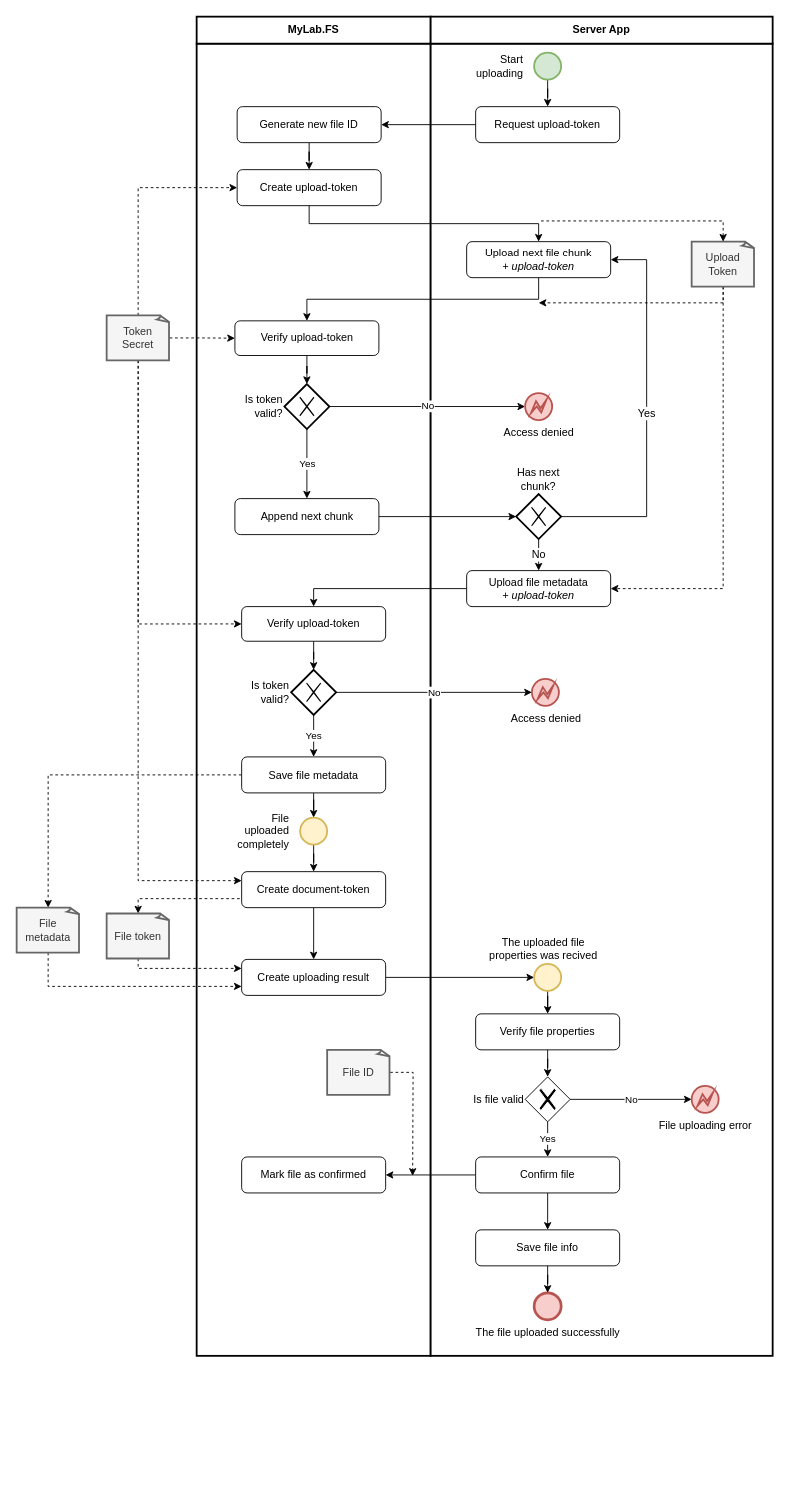
Earlier version of the draw.io diagram page "trusted-uploading" (2 of 5) of doc/diagramms/mylab-fs.drawio (mylab-tools/file-storage). Source tidied: cells renumbered, new cells numbered last; positions are measured from the earlier drawing's top-left corner, leaving out a move shared by most shapes. Both pictures are drawn from the tidied source at 90%, with x=0, y=0 at pixel (16, 16).
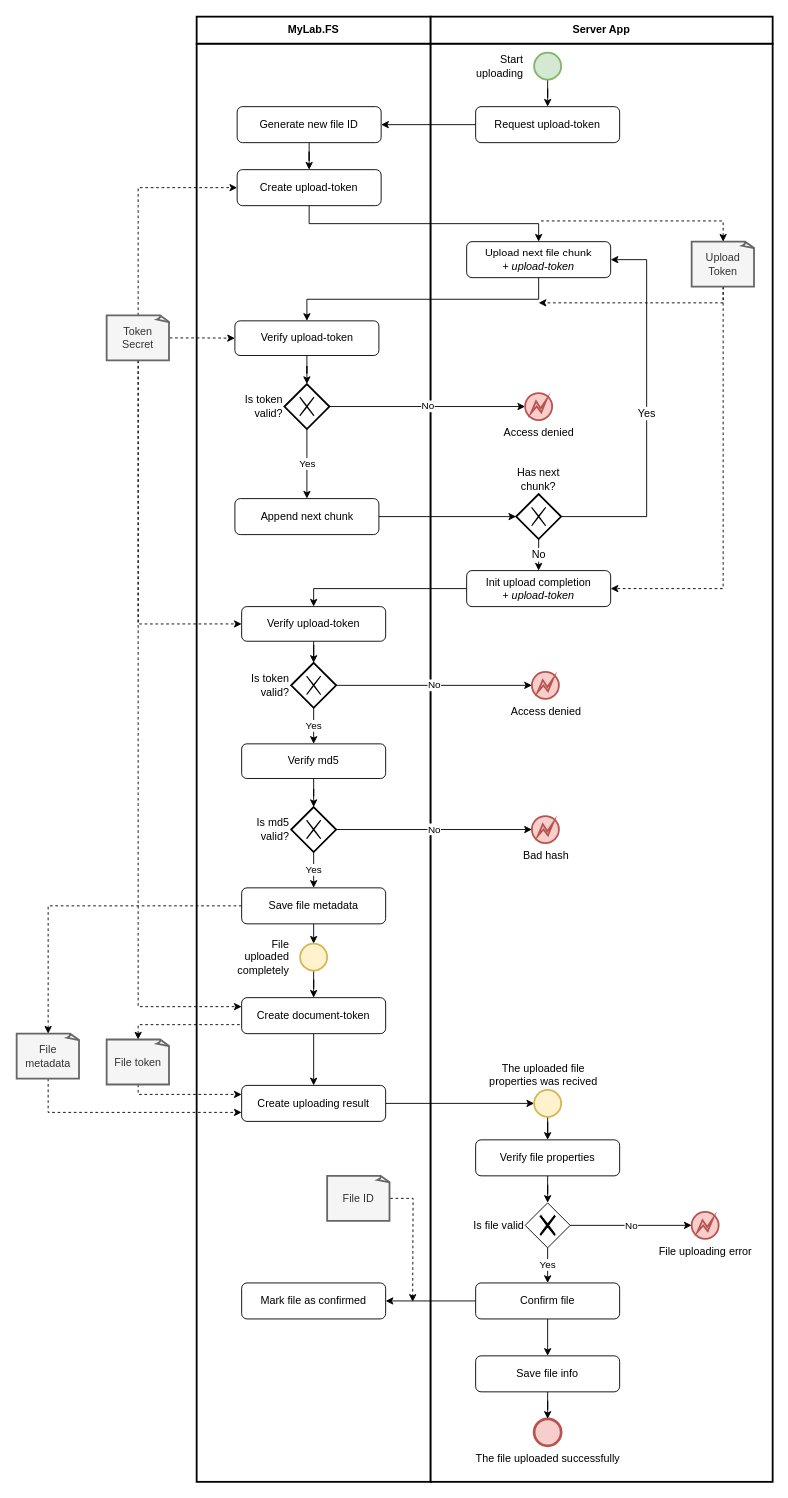
The same diagram, later.

The change refers to these unchanged cells:
```xml
<mxCell id="47" value="Token &lt;br&gt;Secret" style="whiteSpace=wrap;html=1;shape=mxgraph.basic.document;strokeWidth=2;fontSize=12;align=center;fillColor=#f5f5f5;strokeColor=#666666;fontColor=#333333;" parent="1" vertex="1">
  <mxGeometry x="100" y="332" width="70" height="50" as="geometry" />
</mxCell>
```

Change to the diagram source:
```diff
@@
     <mxCell id="2" style="rounded=0;whiteSpace=wrap;html=1;strokeWidth=2;fontSize=12;align=center;" parent="1" vertex="1">
-      <mxGeometry x="200" y="30" width="260" height="1458" as="geometry" />
+      <mxGeometry x="200" y="30" width="260" height="1598" as="geometry" />
     </mxCell>
@@
     <mxCell id="4" style="rounded=0;whiteSpace=wrap;html=1;strokeWidth=2;fontSize=12;align=center;" parent="1" vertex="1">
-      <mxGeometry x="460" y="30" width="380" height="1458" as="geometry" />
+      <mxGeometry x="460" y="30" width="380" height="1598" as="geometry" />
     </mxCell>
@@
-    <mxCell id="23" value="Upload file metadata&lt;br&gt;&lt;i&gt;+ upload-token&lt;/i&gt;" style="rounded=1;whiteSpace=wrap;html=1;strokeWidth=1;fontSize=12;align=center;" parent="1" vertex="1">
+    <mxCell id="23" value="Init upload completion&lt;br&gt;&lt;i&gt;+ upload-token&lt;/i&gt;" style="rounded=1;whiteSpace=wrap;html=1;strokeWidth=1;fontSize=12;align=center;" parent="1" vertex="1">
       <mxGeometry x="500" y="615.5" width="160" height="40" as="geometry" />
     </mxCell>
-    <mxCell id="24" style="edgeStyle=orthogonalEdgeStyle;rounded=0;jettySize=auto;html=1;startArrow=none;startFill=0;endArrow=classic;endFill=1;strokeWidth=1;fontSize=12;entryX=0.5;entryY=0;entryDx=0;entryDy=0;" parent="1" edge="1" source="26" target="41">
+    <mxCell id="24" style="edgeStyle=orthogonalEdgeStyle;rounded=0;jettySize=auto;html=1;startArrow=none;startFill=0;endArrow=classic;endFill=1;strokeWidth=1;fontSize=12;entryX=0.5;entryY=0;entryDx=0;entryDy=0;exitX=0.5;exitY=1;exitDx=0;exitDy=0;" parent="1" edge="1" source="26" target="41">
       <mxGeometry relative="1" as="geometry" />
     </mxCell>
-    <mxCell id="25" style="edgeStyle=orthogonalEdgeStyle;rounded=0;jettySize=auto;html=1;entryX=0.5;entryY=0;entryDx=0;entryDy=0;entryPerimeter=0;startArrow=none;startFill=0;endArrow=classic;endFill=1;strokeWidth=1;fontSize=12;dashed=1;" parent="1" edge="1" source="26" target="38">
+    <mxCell id="25" style="edgeStyle=orthogonalEdgeStyle;rounded=0;jettySize=auto;html=1;entryX=0.5;entryY=0;entryDx=0;entryDy=0;entryPerimeter=0;startArrow=none;startFill=0;endArrow=classic;endFill=1;strokeWidth=1;fontSize=12;dashed=1;exitX=0;exitY=0.5;exitDx=0;exitDy=0;" parent="1" edge="1" source="26" target="38">
       <mxGeometry relative="1" as="geometry" />
     </mxCell>
     <mxCell id="26" value="Save file metadata" style="rounded=1;whiteSpace=wrap;html=1;strokeWidth=1;fontSize=12;align=center;" parent="1" vertex="1">
-      <mxGeometry x="250" y="822.5" width="160" height="40" as="geometry" />
+      <mxGeometry x="250" y="968" width="160" height="40" as="geometry" />
     </mxCell>
@@
     <mxCell id="28" value="Create document-token" style="rounded=1;whiteSpace=wrap;html=1;strokeWidth=1;fontSize=12;align=center;" parent="1" vertex="1">
-      <mxGeometry x="250" y="950" width="160" height="40" as="geometry" />
+      <mxGeometry x="250" y="1090" width="160" height="40" as="geometry" />
     </mxCell>
@@
     <mxCell id="30" value="Create uploading result" style="rounded=1;whiteSpace=wrap;html=1;strokeWidth=1;fontSize=12;align=center;" parent="1" vertex="1">
-      <mxGeometry x="250" y="1047.5" width="160" height="40" as="geometry" />
+      <mxGeometry x="250" y="1187.5" width="160" height="40" as="geometry" />
     </mxCell>
@@
     <mxCell id="34" style="edgeStyle=orthogonalEdgeStyle;rounded=0;jettySize=auto;html=1;entryX=0;entryY=0.25;entryDx=0;entryDy=0;startArrow=none;startFill=0;endArrow=classic;endFill=1;strokeWidth=1;fontSize=12;dashed=1;exitX=0.5;exitY=1;exitDx=0;exitDy=0;exitPerimeter=0;" parent="1" edge="1" source="36" target="30">
       <mxGeometry relative="1" as="geometry">
         <Array as="points">
-          <mxPoint x="135" y="1058" />
+          <mxPoint x="135" y="1198" />
         </Array>
       </mxGeometry>
     </mxCell>
     <mxCell id="35" style="edgeStyle=orthogonalEdgeStyle;rounded=0;jettySize=auto;html=1;entryX=0;entryY=0.75;entryDx=0;entryDy=0;dashed=1;startArrow=classic;startFill=1;endArrow=none;endFill=0;strokeWidth=1;fontSize=12;exitX=0.5;exitY=0;exitDx=0;exitDy=0;exitPerimeter=0;" parent="1" edge="1" source="36" target="28">
       <mxGeometry relative="1" as="geometry">
         <Array as="points">
-          <mxPoint x="135" y="980" />
+          <mxPoint x="135" y="1120" />
         </Array>
       </mxGeometry>
     </mxCell>
     <mxCell id="36" value="File token" style="whiteSpace=wrap;html=1;shape=mxgraph.basic.document;strokeWidth=2;fontSize=12;align=center;fillColor=#f5f5f5;strokeColor=#666666;fontColor=#333333;" parent="1" vertex="1">
-      <mxGeometry x="100" y="996.5" width="70" height="50" as="geometry" />
+      <mxGeometry x="100" y="1136.5" width="70" height="50" as="geometry" />
     </mxCell>
@@
     <mxCell id="38" value="File metadata" style="whiteSpace=wrap;html=1;shape=mxgraph.basic.document;strokeWidth=2;fontSize=12;align=center;fillColor=#f5f5f5;strokeColor=#666666;fontColor=#333333;" parent="1" vertex="1">
-      <mxGeometry y="990" width="70" height="50" as="geometry" />
+      <mxGeometry y="1130" width="70" height="50" as="geometry" />
     </mxCell>
@@
     <mxCell id="41" value="File uploaded completely" style="ellipse;html=1;strokeColor=#d6b656;strokeWidth=2;fillColor=#fff2cc;fontSize=12;align=right;labelPosition=left;verticalLabelPosition=middle;verticalAlign=middle;whiteSpace=wrap;spacingRight=10;" parent="1" vertex="1">
-      <mxGeometry x="315" y="890" width="30" height="30" as="geometry" />
+      <mxGeometry x="315" y="1030" width="30" height="30" as="geometry" />
     </mxCell>
@@
     <mxCell id="43" value="The uploaded file &lt;br&gt;properties was recived" style="ellipse;html=1;strokeColor=#d6b656;strokeWidth=2;fillColor=#fff2cc;fontSize=12;align=center;labelPosition=center;verticalLabelPosition=top;verticalAlign=bottom;spacingRight=10;" parent="1" vertex="1">
-      <mxGeometry x="575" y="1052.5" width="30" height="30" as="geometry" />
+      <mxGeometry x="575" y="1192.5" width="30" height="30" as="geometry" />
     </mxCell>
     <mxCell id="44" style="edgeStyle=orthogonalEdgeStyle;rounded=0;jettySize=auto;html=1;entryX=0;entryY=0.25;entryDx=0;entryDy=0;startArrow=none;startFill=0;endArrow=classic;endFill=1;strokeWidth=1;fontSize=12;dashed=1;" parent="1" edge="1" source="47" target="28">
       <mxGeometry relative="1" as="geometry">
         <Array as="points">
-          <mxPoint x="135" y="960" />
+          <mxPoint x="135" y="1100" />
         </Array>
       </mxGeometry>
     </mxCell>
@@
     <mxCell id="48" value="&lt;span style=&quot;&quot;&gt;The file uploaded successfully&lt;/span&gt;" style="shape=mxgraph.bpmn.shape;html=1;verticalLabelPosition=bottom;labelBackgroundColor=none;verticalAlign=top;align=center;perimeter=ellipsePerimeter;outlineConnect=0;outline=end;symbol=general;strokeColor=#b85450;strokeWidth=1;fillColor=#f8cecc;fontSize=12;" parent="1" vertex="1">
-      <mxGeometry x="575" y="1418" width="30" height="30" as="geometry" />
+      <mxGeometry x="575" y="1558" width="30" height="30" as="geometry" />
     </mxCell>
@@
-    <mxCell id="55" value="Yes" style="edgeStyle=orthogonalEdgeStyle;rounded=0;jettySize=auto;html=1;entryX=0.5;entryY=0;entryDx=0;entryDy=0;" parent="1" edge="1" source="56" target="26">
-      <mxGeometry relative="1" as="geometry" />
-    </mxCell>
+    <mxCell id="75" value="Yes" style="edgeStyle=orthogonalEdgeStyle;rounded=0;jettySize=auto;html=1;" parent="1" edge="1" source="56" target="79">
+      <mxGeometry relative="1" as="geometry" />
+    </mxCell>
     <mxCell id="56" value="&lt;span style=&quot;white-space: normal ; background-color: rgb(255 , 255 , 255)&quot;&gt;Is token valid?&lt;/span&gt;" style="shape=mxgraph.bpmn.shape;html=1;verticalLabelPosition=middle;labelBackgroundColor=#ffffff;verticalAlign=middle;align=right;perimeter=rhombusPerimeter;background=gateway;outlineConnect=0;outline=none;symbol=exclusiveGw;strokeWidth=2;fontSize=12;labelPosition=left;whiteSpace=wrap;" parent="1" vertex="1">
-      <mxGeometry x="305" y="725.8" width="50" height="50" as="geometry" />
+      <mxGeometry x="305" y="718" width="50" height="50" as="geometry" />
     </mxCell>
@@
     <mxCell id="60" value="Access denied" style="shape=mxgraph.bpmn.shape;html=1;verticalLabelPosition=bottom;labelBackgroundColor=#ffffff;verticalAlign=top;align=center;perimeter=ellipsePerimeter;outlineConnect=0;outline=eventInt;symbol=error;strokeColor=#b85450;strokeWidth=2;fillColor=#f8cecc;fontSize=12;" parent="1" vertex="1">
-      <mxGeometry x="572.5" y="735.8" width="30" height="30" as="geometry" />
+      <mxGeometry x="572.5" y="728" width="30" height="30" as="geometry" />
     </mxCell>
@@
     <mxCell id="63" value="Verify file properties" style="rounded=1;whiteSpace=wrap;html=1;strokeWidth=1;fontSize=12;align=center;" parent="1" vertex="1">
-      <mxGeometry x="510" y="1108" width="160" height="40" as="geometry" />
+      <mxGeometry x="510" y="1248" width="160" height="40" as="geometry" />
     </mxCell>
@@
     <mxCell id="65" value="Is file valid" style="shape=mxgraph.bpmn.shape;html=1;verticalLabelPosition=middle;labelBackgroundColor=#ffffff;verticalAlign=middle;align=right;perimeter=rhombusPerimeter;background=gateway;outlineConnect=0;outline=none;symbol=exclusiveGw;labelPosition=left;" parent="1" vertex="1">
-      <mxGeometry x="565" y="1178" width="50" height="50" as="geometry" />
+      <mxGeometry x="565" y="1318" width="50" height="50" as="geometry" />
     </mxCell>
     <mxCell id="66" value="File uploading error" style="shape=mxgraph.bpmn.shape;html=1;verticalLabelPosition=bottom;labelBackgroundColor=#ffffff;verticalAlign=top;align=center;perimeter=ellipsePerimeter;outlineConnect=0;outline=eventInt;symbol=error;strokeColor=#b85450;strokeWidth=2;fillColor=#f8cecc;fontSize=12;" parent="1" vertex="1">
-      <mxGeometry x="750" y="1188" width="30" height="30" as="geometry" />
+      <mxGeometry x="750" y="1328" width="30" height="30" as="geometry" />
     </mxCell>
@@
     <mxCell id="69" value="Confirm file" style="rounded=1;whiteSpace=wrap;html=1;strokeWidth=1;fontSize=12;align=center;" parent="1" vertex="1">
-      <mxGeometry x="510" y="1267" width="160" height="40" as="geometry" />
+      <mxGeometry x="510" y="1407" width="160" height="40" as="geometry" />
     </mxCell>
     <mxCell id="70" value="Mark file as confirmed" style="rounded=1;whiteSpace=wrap;html=1;strokeWidth=1;fontSize=12;align=center;" parent="1" vertex="1">
-      <mxGeometry x="250" y="1267" width="160" height="40" as="geometry" />
+      <mxGeometry x="250" y="1407" width="160" height="40" as="geometry" />
     </mxCell>
     <mxCell id="71" style="edgeStyle=orthogonalEdgeStyle;rounded=0;jettySize=auto;html=1;dashed=1;" parent="1" edge="1" source="72">
       <mxGeometry relative="1" as="geometry">
-        <mxPoint x="440" y="1288" as="targetPoint" />
+        <mxPoint x="440" y="1428" as="targetPoint" />
       </mxGeometry>
     </mxCell>
     <mxCell id="72" value="File ID" style="whiteSpace=wrap;html=1;shape=mxgraph.basic.document;strokeWidth=2;fontSize=12;align=center;fillColor=#f5f5f5;strokeColor=#666666;fontColor=#333333;" parent="1" vertex="1">
-      <mxGeometry x="345" y="1148" width="70" height="50" as="geometry" />
+      <mxGeometry x="345" y="1288" width="70" height="50" as="geometry" />
     </mxCell>
@@
     <mxCell id="74" value="Save file info" style="rounded=1;whiteSpace=wrap;html=1;strokeWidth=1;fontSize=12;align=center;" parent="1" vertex="1">
-      <mxGeometry x="510" y="1348" width="160" height="40" as="geometry" />
+      <mxGeometry x="510" y="1488" width="160" height="40" as="geometry" />
     </mxCell>
+    <mxCell id="55" value="Yes" style="edgeStyle=orthogonalEdgeStyle;rounded=0;jettySize=auto;html=1;entryX=0.5;entryY=0;entryDx=0;entryDy=0;" parent="1" edge="1" source="76" target="26">
+      <mxGeometry relative="1" as="geometry" />
+    </mxCell>
+    <mxCell id="76" value="&lt;span style=&quot;white-space: normal ; background-color: rgb(255 , 255 , 255)&quot;&gt;Is md5 valid?&lt;/span&gt;" style="shape=mxgraph.bpmn.shape;html=1;verticalLabelPosition=middle;labelBackgroundColor=#ffffff;verticalAlign=middle;align=right;perimeter=rhombusPerimeter;background=gateway;outlineConnect=0;outline=none;symbol=exclusiveGw;strokeWidth=2;fontSize=12;labelPosition=left;whiteSpace=wrap;" parent="1" vertex="1">
+      <mxGeometry x="305" y="878.2" width="50" height="50" as="geometry" />
+    </mxCell>
+    <mxCell id="77" value="No" style="edgeStyle=orthogonalEdgeStyle;rounded=0;jettySize=auto;html=1;entryX=0;entryY=0.5;entryDx=0;entryDy=0;exitX=1;exitY=0.5;exitDx=0;exitDy=0;" parent="1" edge="1" source="76" target="80">
+      <mxGeometry relative="1" as="geometry" />
+    </mxCell>
+    <mxCell id="78" style="edgeStyle=orthogonalEdgeStyle;rounded=0;jettySize=auto;html=1;entryX=0.5;entryY=0;entryDx=0;entryDy=0;" parent="1" edge="1" source="79" target="76">
+      <mxGeometry relative="1" as="geometry" />
+    </mxCell>
+    <mxCell id="79" value="Verify md5" style="rounded=1;whiteSpace=wrap;html=1;strokeWidth=1;fontSize=12;align=center;" parent="1" vertex="1">
+      <mxGeometry x="250" y="808" width="160" height="38.5" as="geometry" />
+    </mxCell>
+    <mxCell id="80" value="Bad hash" style="shape=mxgraph.bpmn.shape;html=1;verticalLabelPosition=bottom;labelBackgroundColor=#ffffff;verticalAlign=top;align=center;perimeter=ellipsePerimeter;outlineConnect=0;outline=eventInt;symbol=error;strokeColor=#b85450;strokeWidth=2;fillColor=#f8cecc;fontSize=12;" parent="1" vertex="1">
+      <mxGeometry x="572.5" y="888.2" width="30" height="30" as="geometry" />
+    </mxCell>
```
